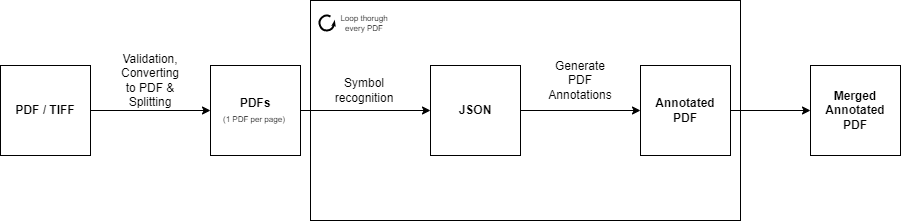
Before: documentation/Dataflow_diagram_png.png, a diagram exported from draw.io (513-3-5/rAIlify). Source tidied: cells renumbered, new cells last; positions are measured from the earlier drawing's top-left corner, leaving out a move shared by most shapes.
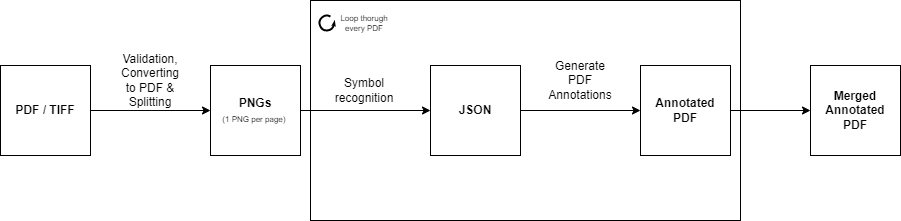
Later version of the same file.

Commit message:
Adapt dataflow diagram

Diff of the diagram source:
```diff
@@ -14,7 +14,7 @@
     <mxCell id="5" style="edgeStyle=orthogonalEdgeStyle;rounded=0;jettySize=auto;html=1;" parent="1" edge="1" source="6" target="10">
       <mxGeometry relative="1" as="geometry" />
     </mxCell>
-    <mxCell id="6" value="&lt;b&gt;PDFs&lt;/b&gt;&lt;br&gt;&lt;font style=&quot;font-size: 8px;&quot;&gt;(1 PDF per page)&amp;nbsp;&lt;/font&gt;" style="rounded=0;whiteSpace=wrap;html=1;" parent="1" vertex="1">
+    <mxCell id="6" value="&lt;b&gt;PNGs&lt;/b&gt;&lt;br&gt;&lt;font style=&quot;font-size: 8px;&quot;&gt;(1 PNG per page)&amp;nbsp;&lt;/font&gt;" style="rounded=0;whiteSpace=wrap;html=1;" parent="1" vertex="1">
       <mxGeometry x="210" y="65" width="90" height="90" as="geometry" />
     </mxCell>
     <mxCell id="7" value="Validation, Converting to PDF &amp;amp;&lt;br&gt;Splitting" style="text;html=1;strokeColor=none;fillColor=none;align=center;verticalAlign=middle;whiteSpace=wrap;rounded=0;" parent="1" vertex="1">
```
